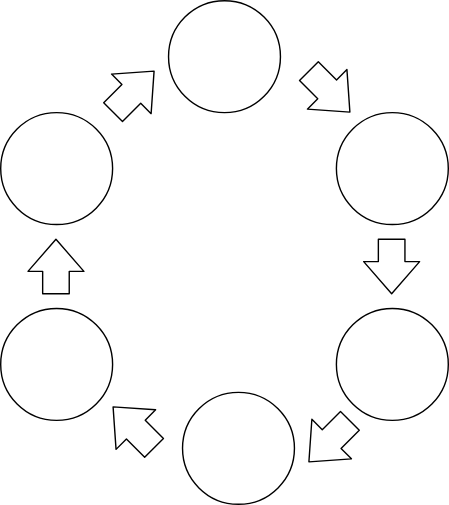
This is method.svg from nadiaasrin/neddo, a draw.io export, as it was before one commit. Source tidied: cells renumbered, new cells last; positions are measured from the earlier drawing's top-left corner, leaving out a move shared by most shapes.
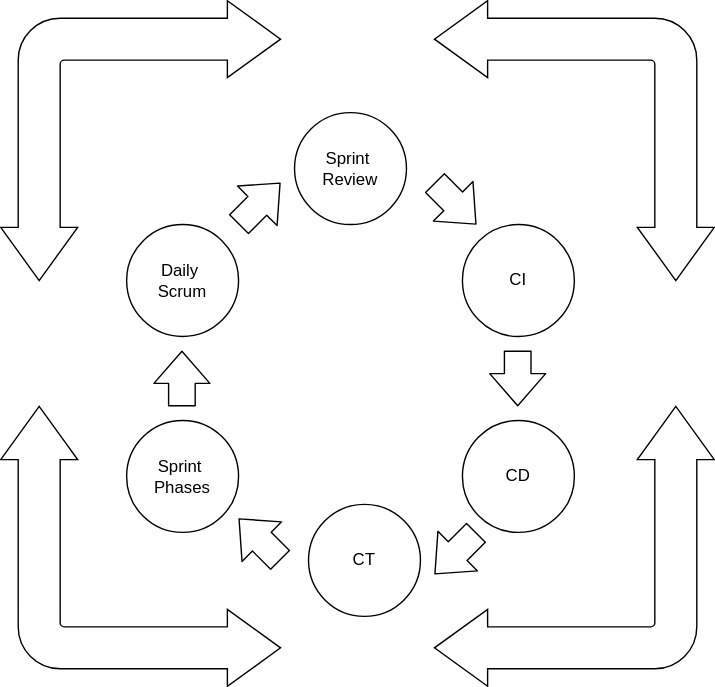
The same diagram one commit later.

What changed in the source:
```diff
@@ -2,22 +2,22 @@
   <root>
     <mxCell id="0" />
     <mxCell id="1" parent="0" />
-    <mxCell id="2" style="ellipse;whiteSpace=wrap;html=1;" parent="1" vertex="1">
+    <mxCell id="2" value="Sprint&amp;nbsp;&lt;br&gt;Review" style="ellipse;whiteSpace=wrap;html=1;" parent="1" vertex="1">
       <mxGeometry x="120" width="80" height="80" as="geometry" />
     </mxCell>
-    <mxCell id="3" style="ellipse;whiteSpace=wrap;html=1;" parent="1" vertex="1">
+    <mxCell id="3" value="Sprint&amp;nbsp;&lt;br&gt;Phases" style="ellipse;whiteSpace=wrap;html=1;" parent="1" vertex="1">
       <mxGeometry y="220" width="80" height="80" as="geometry" />
     </mxCell>
-    <mxCell id="4" style="ellipse;whiteSpace=wrap;html=1;" parent="1" vertex="1">
+    <mxCell id="4" value="CI" style="ellipse;whiteSpace=wrap;html=1;" parent="1" vertex="1">
       <mxGeometry x="240" y="80" width="80" height="80" as="geometry" />
     </mxCell>
-    <mxCell id="5" style="ellipse;whiteSpace=wrap;html=1;" parent="1" vertex="1">
+    <mxCell id="5" value="Daily&amp;nbsp;&lt;br&gt;Scrum" style="ellipse;whiteSpace=wrap;html=1;" parent="1" vertex="1">
       <mxGeometry y="80" width="80" height="80" as="geometry" />
     </mxCell>
-    <mxCell id="6" style="ellipse;whiteSpace=wrap;html=1;" parent="1" vertex="1">
+    <mxCell id="6" value="CT" style="ellipse;whiteSpace=wrap;html=1;" parent="1" vertex="1">
       <mxGeometry x="130" y="280" width="80" height="80" as="geometry" />
     </mxCell>
-    <mxCell id="7" style="ellipse;whiteSpace=wrap;html=1;" parent="1" vertex="1">
+    <mxCell id="7" value="CD" style="ellipse;whiteSpace=wrap;html=1;" parent="1" vertex="1">
       <mxGeometry x="240" y="220" width="80" height="80" as="geometry" />
     </mxCell>
     <mxCell id="8" style="shape=flexArrow;endArrow=classic;html=1;width=19;endSize=7.33;" parent="1" edge="1">
@@ -56,5 +56,17 @@
         <mxPoint x="220" y="330" as="targetPoint" />
       </mxGeometry>
     </mxCell>
+    <mxCell id="14" style="html=1;shadow=0;dashed=0;align=center;verticalAlign=middle;shape=mxgraph.arrows2.bendDoubleArrow;dy=15;dx=38;arrowHead=55;rounded=1;rotation=90;" parent="1" vertex="1">
+      <mxGeometry x="220" y="-80" width="200" height="200" as="geometry" />
+    </mxCell>
+    <mxCell id="15" style="html=1;shadow=0;dashed=0;align=center;verticalAlign=middle;shape=mxgraph.arrows2.bendDoubleArrow;dy=15;dx=38;arrowHead=55;rounded=1;rotation=-90;" parent="1" vertex="1">
+      <mxGeometry x="-90" y="210" width="200" height="200" as="geometry" />
+    </mxCell>
+    <mxCell id="16" style="html=1;shadow=0;dashed=0;align=center;verticalAlign=middle;shape=mxgraph.arrows2.bendDoubleArrow;dy=15;dx=38;arrowHead=55;rounded=1;rotation=-180;" parent="1" vertex="1">
+      <mxGeometry x="220" y="210" width="200" height="200" as="geometry" />
+    </mxCell>
+    <mxCell id="17" style="html=1;shadow=0;dashed=0;align=center;verticalAlign=middle;shape=mxgraph.arrows2.bendDoubleArrow;dy=15;dx=38;arrowHead=55;rounded=1;rotation=0;" parent="1" vertex="1">
+      <mxGeometry x="-90" y="-80" width="200" height="200" as="geometry" />
+    </mxCell>
   </root>
 </mxGraphModel>
```
